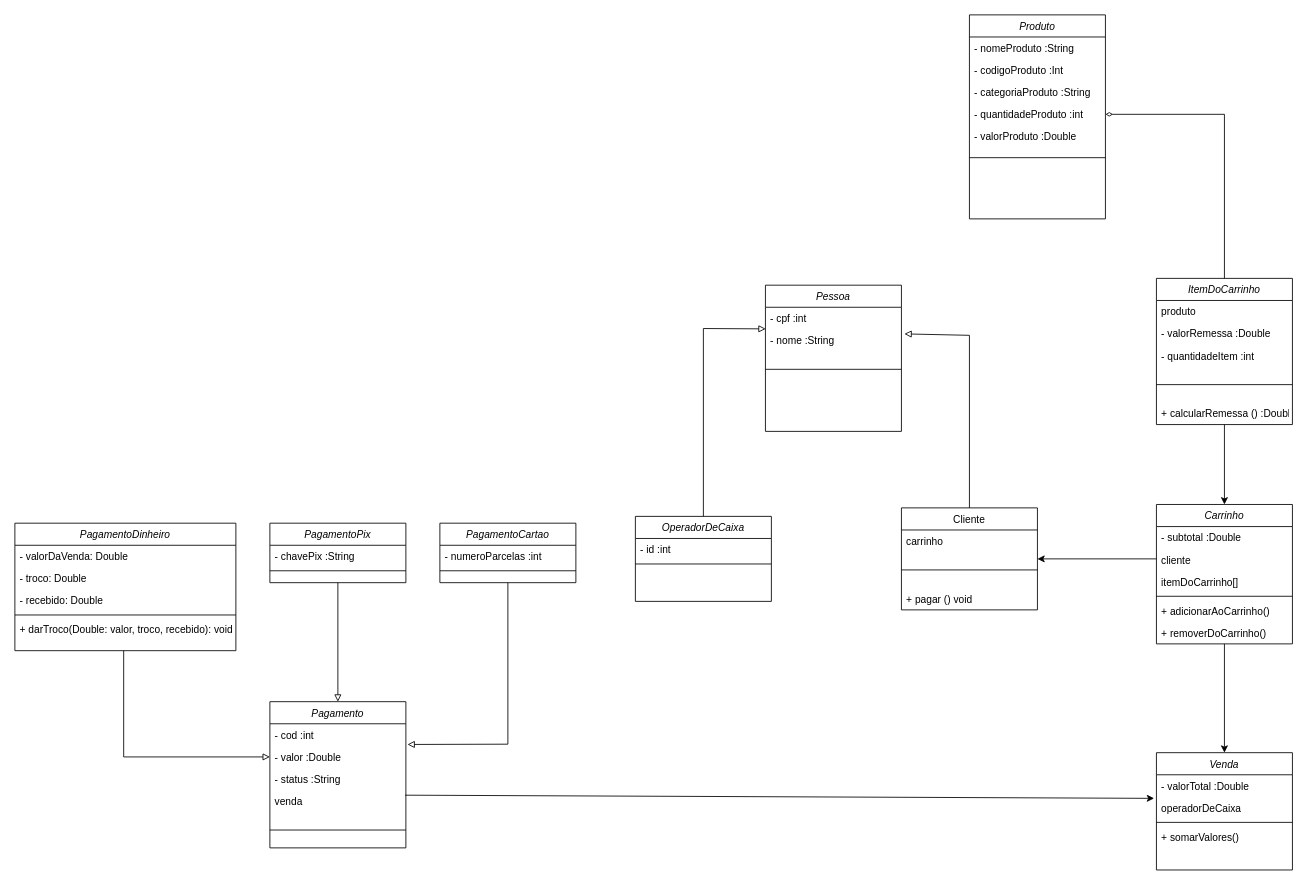
Earlier version of the draw.io diagram Diagrama sem nome.drawio (leticiagsilvaa/projetoMercado_poo). Source tidied: cells renumbered, new cells numbered last; positions are measured from the earlier drawing's top-left corner, leaving out a move shared by most shapes. Both pictures are drawn from the tidied source at 85%, with x=0, y=0 at pixel (14, 14).
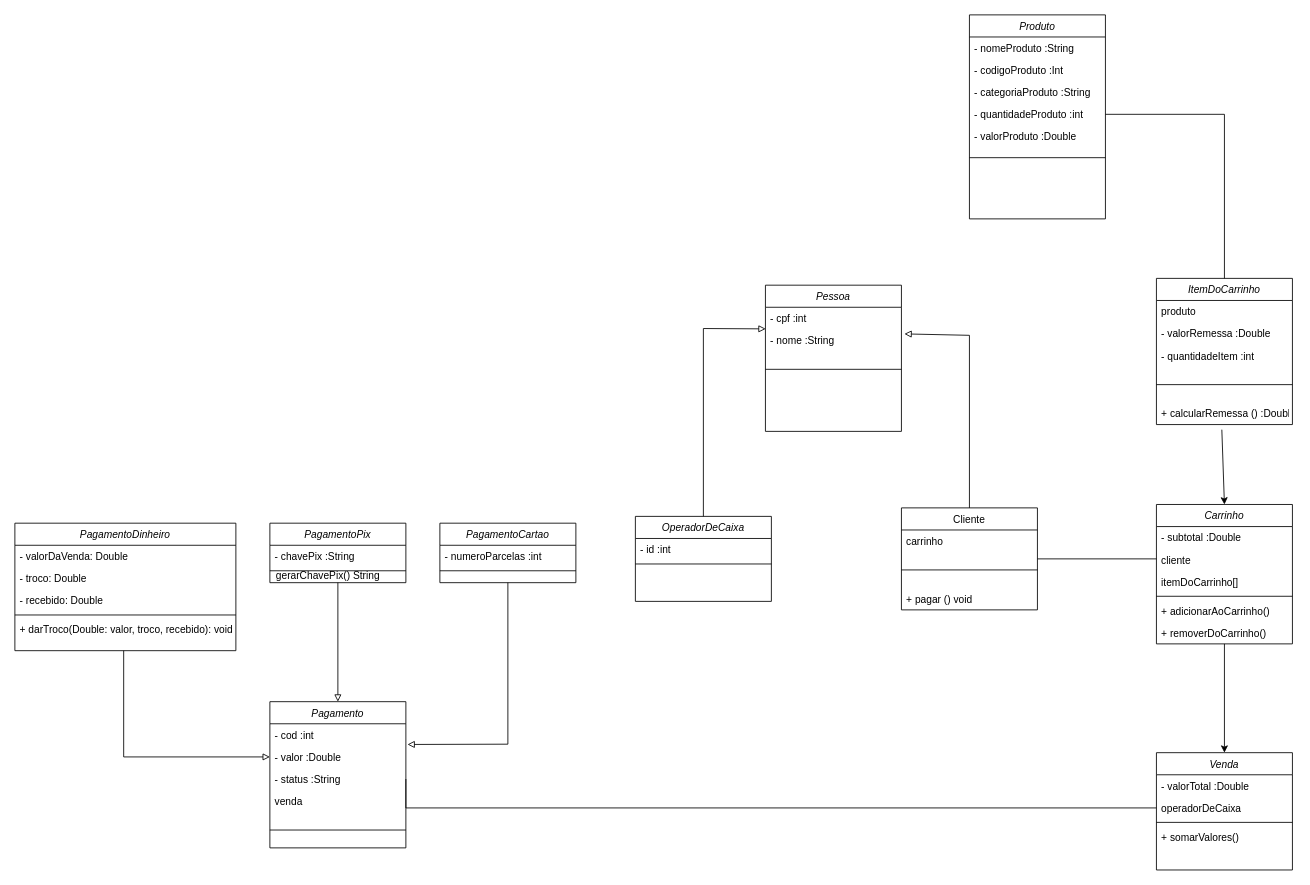
Above is the later version.

The change refers to these unchanged cells:
```xml
<mxCell id="6" value="- quantidadeProduto :int" style="text;align=left;verticalAlign=top;spacingLeft=4;spacingRight=4;overflow=hidden;points=[[0,0.5],[1,0.5]];portConstraint=eastwest;rounded=0;shadow=0;html=0;" parent="2" vertex="1">
  <mxGeometry y="104" width="160" height="26" as="geometry" />
</mxCell>
<mxCell id="9" value="Cliente" style="swimlane;fontStyle=0;align=center;verticalAlign=top;horizontal=1;startSize=26;rounded=0;shadow=0;strokeWidth=1;" parent="1" vertex="1">
  <mxGeometry x="1043" y="580" width="160" height="120" as="geometry" />
</mxCell>
<mxCell id="13" value="Carrinho" style="swimlane;fontStyle=2;align=center;verticalAlign=top;horizontal=1;startSize=26;rounded=0;shadow=0;strokeWidth=1;" parent="1" vertex="1">
  <mxGeometry x="1343" y="576" width="160" height="164" as="geometry" />
</mxCell>
<mxCell id="22" value="operadorDeCaixa" style="text;align=left;verticalAlign=top;spacingLeft=4;spacingRight=4;overflow=hidden;points=[[0,0.5],[1,0.5]];portConstraint=eastwest;rounded=0;shadow=0;html=0;" parent="20" vertex="1">
  <mxGeometry y="52" width="160" height="26" as="geometry" />
</mxCell>
<mxCell id="31" value="- status :String" style="text;align=left;verticalAlign=top;spacingLeft=4;spacingRight=4;overflow=hidden;points=[[0,0.5],[1,0.5]];portConstraint=eastwest;rounded=0;shadow=0;html=0;" parent="28" vertex="1">
  <mxGeometry y="78" width="160" height="26" as="geometry" />
</mxCell>
<mxCell id="32" value="venda" style="text;align=left;verticalAlign=top;spacingLeft=4;spacingRight=4;overflow=hidden;points=[[0,0.5],[1,0.5]];portConstraint=eastwest;rounded=0;shadow=0;html=0;" parent="28" vertex="1">
  <mxGeometry y="104" width="160" height="26" as="geometry" />
</mxCell>
<mxCell id="43" value="ItemDoCarrinho" style="swimlane;fontStyle=2;align=center;verticalAlign=top;horizontal=1;startSize=26;rounded=0;shadow=0;strokeWidth=1;" parent="1" vertex="1">
  <mxGeometry x="1343" y="310" width="160" height="172" as="geometry" />
</mxCell>
<mxCell id="48" value="+ calcularRemessa () :Double" style="text;align=left;verticalAlign=top;spacingLeft=4;spacingRight=4;overflow=hidden;points=[[0,0.5],[1,0.5]];portConstraint=eastwest;rounded=0;shadow=0;html=0;" parent="43" vertex="1">
  <mxGeometry y="146" width="160" height="26" as="geometry" />
</mxCell>
```

What changed in the source:
```diff
@@
-    <mxCell id="55" style="endArrow=classic;html=1;rounded=0;entryX=1;entryY=0.5;entryDx=0;entryDy=0;" parent="1" edge="1" target="9">
+    <mxCell id="55" style="endArrow=none;html=1;rounded=0;entryX=1;entryY=0.5;entryDx=0;entryDy=0;endFill=0;" parent="1" edge="1" target="9">
       <mxGeometry relative="1" as="geometry">
         <mxPoint x="1343" y="640" as="sourcePoint" />
       </mxGeometry>
     </mxCell>
-    <mxCell id="56" style="endArrow=classic;html=1;rounded=0;entryX=0.5;entryY=0;entryDx=0;entryDy=0;exitX=0.5;exitY=1;exitDx=0;exitDy=0;" parent="1" edge="1" source="43" target="13">
-      <mxGeometry relative="1" as="geometry" />
-    </mxCell>
-    <mxCell id="57" style="endArrow=diamondThin;html=1;rounded=0;endFill=0;entryX=1;entryY=0.5;entryDx=0;entryDy=0;exitX=0.5;exitY=0;exitDx=0;exitDy=0;" parent="1" edge="1" source="43" target="6">
-      <mxGeometry relative="1" as="geometry">
-        <Array as="points">
-          <mxPoint x="1423" y="117" />
-        </Array>
-      </mxGeometry>
-    </mxCell>
@@
-    <mxCell id="65" style="endArrow=classic;html=1;rounded=0;exitX=0.994;exitY=0.231;exitDx=0;exitDy=0;exitPerimeter=0;entryX=-0.017;entryY=0.067;entryDx=0;entryDy=0;entryPerimeter=0;" parent="1" edge="1" source="32" target="22">
-      <mxGeometry relative="1" as="geometry" />
-    </mxCell>
+    <mxCell id="66" value="&lt;span style=&quot;white-space: pre;&quot;&gt;&#9;&lt;/span&gt;&lt;span style=&quot;white-space: pre;&quot;&gt;&#9;&lt;/span&gt;&lt;span style=&quot;white-space: pre;&quot;&gt;&#9;&lt;/span&gt;gerarChavePix() String" style="text;html=1;align=center;verticalAlign=middle;strokeColor=none;fillColor=none;" parent="1" vertex="1">
+      <mxGeometry x="213" y="645" width="230" height="30" as="geometry" />
+    </mxCell>
+    <mxCell id="67" style="endArrow=none;html=1;rounded=0;endFill=0;entryX=1;entryY=0.5;entryDx=0;entryDy=0;exitX=0.5;exitY=0;exitDx=0;exitDy=0;" parent="1" edge="1">
+      <mxGeometry relative="1" as="geometry">
+        <mxPoint x="1423" y="310" as="sourcePoint" />
+        <mxPoint x="1283" y="117" as="targetPoint" />
+        <Array as="points">
+          <mxPoint x="1423" y="117" />
+        </Array>
+      </mxGeometry>
+    </mxCell>
+    <mxCell id="68" style="edgeStyle=orthogonalEdgeStyle;rounded=0;jettySize=auto;html=1;exitX=1;exitY=0.5;exitDx=0;exitDy=0;entryX=0;entryY=0.5;entryDx=0;entryDy=0;endArrow=none;endFill=0;" parent="1" edge="1" source="31" target="22">
+      <mxGeometry relative="1" as="geometry">
+        <Array as="points">
+          <mxPoint x="460" y="933" />
+        </Array>
+      </mxGeometry>
+    </mxCell>
+    <mxCell id="69" style="endArrow=classic;html=1;rounded=0;entryX=0.5;entryY=0;entryDx=0;entryDy=0;exitX=0.481;exitY=1.231;exitDx=0;exitDy=0;exitPerimeter=0;" parent="1" edge="1" source="48" target="13">
+      <mxGeometry relative="1" as="geometry" />
+    </mxCell>
```
